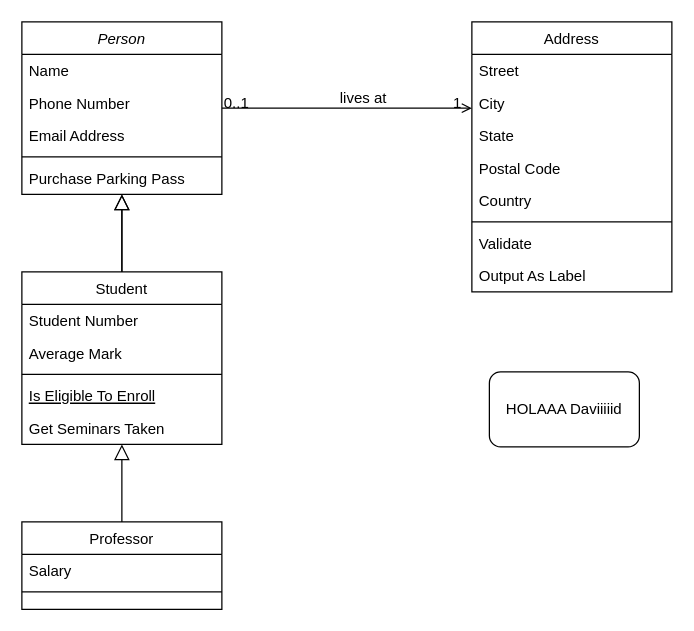
The draw.io diagram BD diagrams/Diagrama sin título.drawio in Ledacar/ApiHealthVet, before the edit. Source tidied: cells renumbered, new cells numbered last; positions are measured from the earlier drawing's top-left corner, leaving out a move shared by most shapes. Both pictures are drawn from the tidied source at 125%, with x=0, y=0 at pixel (21, 21).
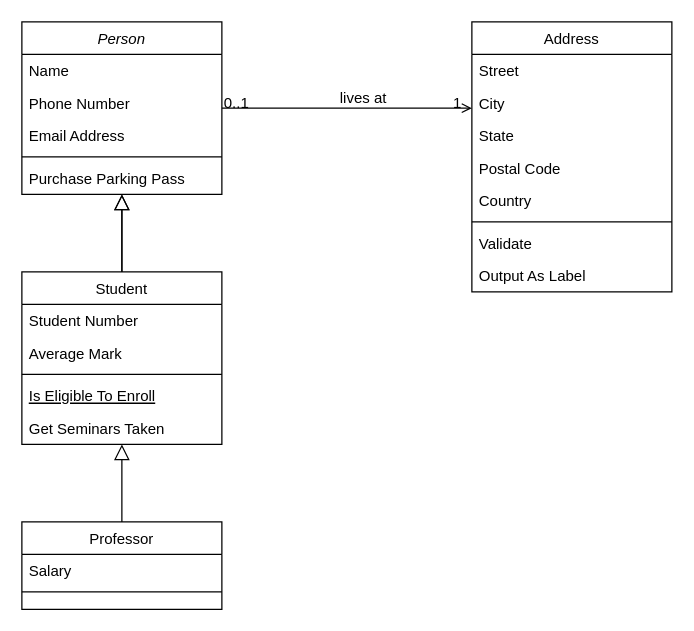
The same diagram, later.

What changed in the source:
```diff
@@
-    <mxCell id="33" value="HOLAAA Daviiiiid" style="rounded=1;whiteSpace=wrap;html=1;" parent="1" vertex="1">
-      <mxGeometry x="374" y="280" width="120" height="60" as="geometry" />
-    </mxCell>
```
